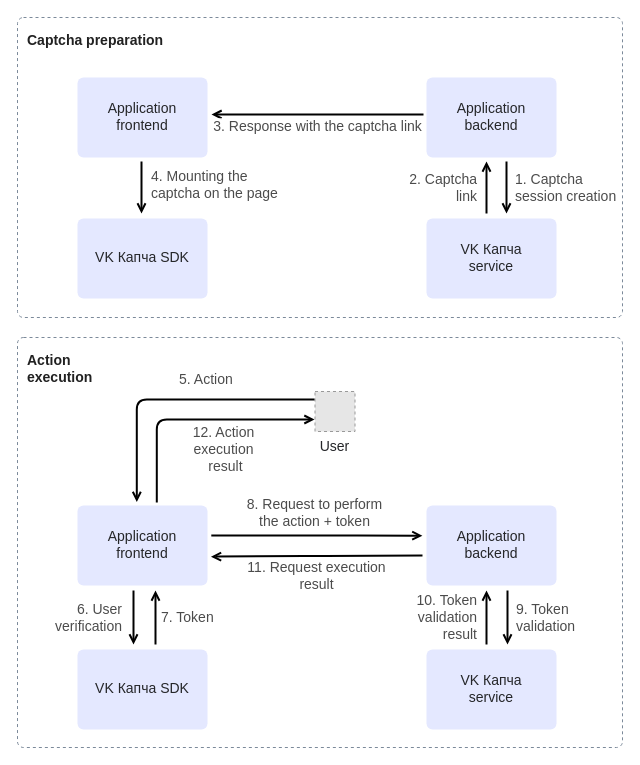
This is docs/en/security/captcha/concepts/about/assets/captcha-about-frontend-first.drawio from vk-cs/docs-public, a draw.io file, before an edit. Source tidied: cells renumbered, new cells numbered last; positions are measured from the earlier drawing's top-left corner, leaving out a move shared by most shapes. Both pictures are drawn from the tidied source at 100%, with x=0, y=0 at pixel (17, 17). Pictures stored in the file or linked from it are replaced by grey dashed boxes.
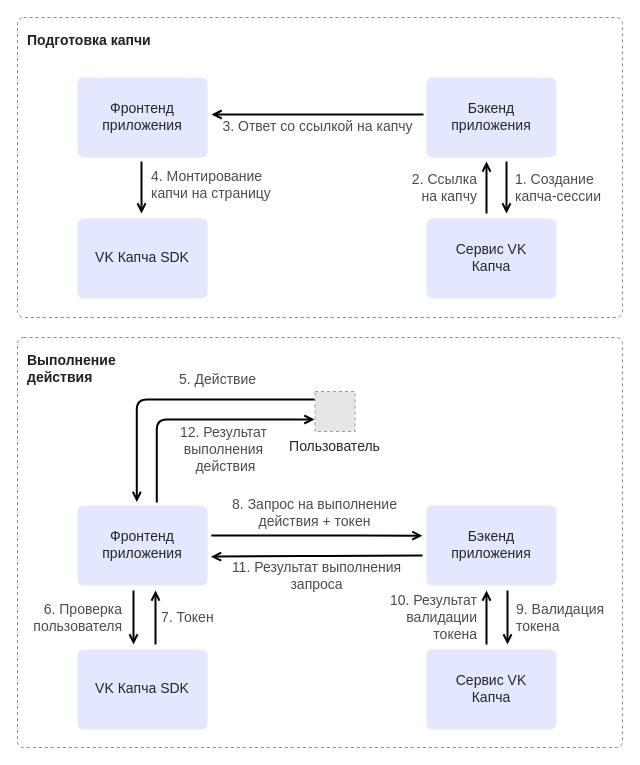
After the change.

What changed in the source:
```diff
@@
-    <mxCell id="2" value="Action &lt;br&gt;execution" style="rounded=1;whiteSpace=wrap;html=1;strokeColor=#7C8A9A;strokeWidth=1;fontColor=#212121;fillColor=none;dashed=1;fontFamily=VK Sans Display;verticalAlign=top;spacing=10;fontStyle=1;arcSize=12;absoluteArcSize=1;align=left;fontSize=14;" parent="1" vertex="1">
+    <mxCell id="2" value="Выполнение &lt;br&gt;действия" style="rounded=1;whiteSpace=wrap;html=1;strokeColor=#7C8A9A;strokeWidth=1;fontColor=#212121;fillColor=none;dashed=1;fontFamily=VK Sans Display;verticalAlign=top;spacing=10;fontStyle=1;arcSize=12;absoluteArcSize=1;align=left;fontSize=14;" parent="1" vertex="1">
       <mxGeometry y="320" width="605" height="410" as="geometry" />
     </mxCell>
-    <mxCell id="3" value="Captcha preparation" style="rounded=1;whiteSpace=wrap;html=1;strokeColor=#7C8A9A;strokeWidth=1;fontColor=#212121;fillColor=none;dashed=1;fontFamily=VK Sans Display;verticalAlign=top;spacing=10;fontStyle=1;arcSize=12;absoluteArcSize=1;align=left;fontSize=14;" parent="1" vertex="1">
+    <mxCell id="3" value="Подготовка капчи" style="rounded=1;whiteSpace=wrap;html=1;strokeColor=#7C8A9A;strokeWidth=1;fontColor=#212121;fillColor=none;dashed=1;fontFamily=VK Sans Display;verticalAlign=top;spacing=10;fontStyle=1;arcSize=12;absoluteArcSize=1;align=left;fontSize=14;" parent="1" vertex="1">
       <mxGeometry width="605" height="300" as="geometry" />
     </mxCell>
-    <mxCell id="4" value="User" style="fillColor=#E6E6E6;strokeColor=#999999;dashed=1;verticalLabelPosition=bottom;labelBackgroundColor=default;verticalAlign=top;fontFamily=VK Sans Display;fontColor=#252629;fontSize=14;" parent="1" vertex="1">
+    <mxCell id="4" value="Пользователь" style="fillColor=#E6E6E6;strokeColor=#999999;dashed=1;verticalLabelPosition=bottom;labelBackgroundColor=default;verticalAlign=top;fontFamily=VK Sans Display;fontColor=#252629;fontSize=14;" parent="1" vertex="1">
       <mxGeometry x="297.5" y="374" width="40" height="40" as="geometry" />
     </mxCell>
-    <mxCell id="5" value="Application frontend" style="rounded=1;whiteSpace=wrap;html=1;fontFamily=VK Sans Display;strokeColor=none;arcsize=12;fillColor=#E4E8FF;spacing=0;spacingTop=10;spacingBottom=12;arcSize=12;absoluteArcSize=1;strokeWidth=2;labelPosition=center;verticalLabelPosition=middle;align=center;verticalAlign=middle;fontSize=14;fontColor=#252629;spacingLeft=12;spacingRight=12;perimeterSpacing=4;" parent="1" vertex="1">
+    <mxCell id="5" value="Фронтенд приложения" style="rounded=1;whiteSpace=wrap;html=1;fontFamily=VK Sans Display;strokeColor=none;arcsize=12;fillColor=#E4E8FF;spacing=0;spacingTop=10;spacingBottom=12;arcSize=12;absoluteArcSize=1;strokeWidth=2;labelPosition=center;verticalLabelPosition=middle;align=center;verticalAlign=middle;fontSize=14;fontColor=#252629;spacingLeft=12;spacingRight=12;perimeterSpacing=4;" parent="1" vertex="1">
       <mxGeometry x="60" y="60" width="130" height="80" as="geometry" />
     </mxCell>
@@
-    <mxCell id="7" value="Application backend" style="rounded=1;whiteSpace=wrap;html=1;fontFamily=VK Sans Display;strokeColor=none;arcsize=12;fillColor=#E4E8FF;spacing=0;spacingTop=10;spacingBottom=12;arcSize=12;absoluteArcSize=1;strokeWidth=2;labelPosition=center;verticalLabelPosition=middle;align=center;verticalAlign=middle;fontSize=14;fontColor=#252629;spacingLeft=12;spacingRight=12;perimeterSpacing=0;" parent="1" vertex="1">
+    <mxCell id="7" value="Бэкенд приложения" style="rounded=1;whiteSpace=wrap;html=1;fontFamily=VK Sans Display;strokeColor=none;arcsize=12;fillColor=#E4E8FF;spacing=0;spacingTop=10;spacingBottom=12;arcSize=12;absoluteArcSize=1;strokeWidth=2;labelPosition=center;verticalLabelPosition=middle;align=center;verticalAlign=middle;fontSize=14;fontColor=#252629;spacingLeft=12;spacingRight=12;perimeterSpacing=0;" parent="1" vertex="1">
       <mxGeometry x="409" y="60" width="130" height="80" as="geometry" />
     </mxCell>
-    <mxCell id="8" value="VK Капча service" style="rounded=1;whiteSpace=wrap;html=1;fontFamily=VK Sans Display;strokeColor=none;arcsize=12;fillColor=#E4E8FF;spacing=0;spacingTop=10;spacingBottom=12;arcSize=12;absoluteArcSize=1;strokeWidth=2;labelPosition=center;verticalLabelPosition=middle;align=center;verticalAlign=middle;fontSize=14;fontColor=#252629;spacingLeft=12;spacingRight=12;perimeterSpacing=0;" parent="1" vertex="1">
+    <mxCell id="8" value="Сервис VK Капча" style="rounded=1;whiteSpace=wrap;html=1;fontFamily=VK Sans Display;strokeColor=none;arcsize=12;fillColor=#E4E8FF;spacing=0;spacingTop=10;spacingBottom=12;arcSize=12;absoluteArcSize=1;strokeWidth=2;labelPosition=center;verticalLabelPosition=middle;align=center;verticalAlign=middle;fontSize=14;fontColor=#252629;spacingLeft=12;spacingRight=12;perimeterSpacing=0;" parent="1" vertex="1">
       <mxGeometry x="409" y="201" width="130" height="80" as="geometry" />
     </mxCell>
-    <mxCell id="9" value="&lt;font style=&quot;font-size: 14px;&quot;&gt;1. Captcha &lt;br&gt;session creation&lt;/font&gt;" style="rounded=1;orthogonalLoop=1;jettySize=auto;html=1;strokeWidth=2;endArrow=open;endFill=0;fontFamily=VK Sans Display;verticalAlign=middle;labelPosition=right;verticalLabelPosition=middle;align=left;spacingLeft=7;labelBackgroundColor=none;edgeStyle=orthogonalEdgeStyle;curved=0;textOpacity=70;targetPerimeterSpacing=4;sourcePerimeterSpacing=4;" parent="1" edge="1">
+    <mxCell id="9" value="&lt;font style=&quot;font-size: 14px;&quot;&gt;1. Создание &lt;br&gt;капча-сессии&lt;/font&gt;" style="rounded=1;orthogonalLoop=1;jettySize=auto;html=1;strokeWidth=2;endArrow=open;endFill=0;fontFamily=VK Sans Display;verticalAlign=middle;labelPosition=right;verticalLabelPosition=middle;align=left;spacingLeft=7;labelBackgroundColor=none;edgeStyle=orthogonalEdgeStyle;curved=0;textOpacity=70;targetPerimeterSpacing=4;sourcePerimeterSpacing=4;" parent="1" edge="1">
       <mxGeometry relative="1" as="geometry">
         <mxPoint x="489" y="144" as="sourcePoint" />
         <mxPoint x="489" y="196" as="targetPoint" />
         <Array as="points">
           <mxPoint x="489" y="160" />
           <mxPoint x="489" y="160" />
         </Array>
       </mxGeometry>
     </mxCell>
-    <mxCell id="10" value="2. Captcha &lt;br&gt;link" style="rounded=1;orthogonalLoop=1;jettySize=auto;html=1;fontFamily=VK Sans Display;fontSize=14;labelPosition=left;verticalLabelPosition=middle;align=right;verticalAlign=middle;strokeWidth=2;endArrow=open;endFill=0;spacingRight=8;labelBackgroundColor=none;edgeStyle=orthogonalEdgeStyle;textOpacity=70;startSize=6;sourcePerimeterSpacing=4;targetPerimeterSpacing=4;spacing=2;" parent="1" edge="1">
+    <mxCell id="10" value="2. Ссылка &lt;br&gt;на капчу" style="rounded=1;orthogonalLoop=1;jettySize=auto;html=1;fontFamily=VK Sans Display;fontSize=14;labelPosition=left;verticalLabelPosition=middle;align=right;verticalAlign=middle;strokeWidth=2;endArrow=open;endFill=0;spacingRight=8;labelBackgroundColor=none;edgeStyle=orthogonalEdgeStyle;textOpacity=70;startSize=6;sourcePerimeterSpacing=4;targetPerimeterSpacing=4;spacing=2;" parent="1" edge="1">
       <mxGeometry x="0.01" relative="1" as="geometry">
         <mxPoint x="469" y="196" as="sourcePoint" />
         <mxPoint x="469" y="144" as="targetPoint" />
         <Array as="points">
           <mxPoint x="469" y="170" />
           <mxPoint x="469" y="170" />
         </Array>
       </mxGeometry>
     </mxCell>
-    <mxCell id="11" value="&lt;font style=&quot;font-size: 14px;&quot;&gt;3. Response with the captcha link&lt;/font&gt;" style="rounded=1;orthogonalLoop=1;jettySize=auto;html=1;strokeWidth=2;endArrow=open;endFill=0;labelPosition=center;verticalLabelPosition=bottom;align=center;verticalAlign=top;edgeStyle=orthogonalEdgeStyle;fontFamily=VK Sans Display;textOpacity=70;sourcePerimeterSpacing=4;targetPerimeterSpacing=4;spacingTop=-3;" parent="1" edge="1">
+    <mxCell id="11" value="&lt;font style=&quot;font-size: 14px;&quot;&gt;3. Ответ со ссылкой на капчу&lt;/font&gt;" style="rounded=1;orthogonalLoop=1;jettySize=auto;html=1;strokeWidth=2;endArrow=open;endFill=0;labelPosition=center;verticalLabelPosition=bottom;align=center;verticalAlign=top;edgeStyle=orthogonalEdgeStyle;fontFamily=VK Sans Display;textOpacity=70;sourcePerimeterSpacing=4;targetPerimeterSpacing=4;spacingTop=-3;" parent="1" edge="1">
       <mxGeometry relative="1" as="geometry">
         <mxPoint x="406" y="97" as="sourcePoint" />
         <mxPoint x="194" y="97" as="targetPoint" />
       </mxGeometry>
     </mxCell>
-    <mxCell id="12" value="4. Mounting the &lt;br&gt;captcha on the page" style="rounded=0;orthogonalLoop=1;jettySize=auto;html=1;labelPosition=left;verticalLabelPosition=middle;align=left;verticalAlign=middle;fontFamily=VK Sans Display;fontSize=14;labelBackgroundColor=none;strokeWidth=2;endArrow=open;endFill=0;edgeStyle=orthogonalEdgeStyle;textOpacity=70;spacingTop=0;spacingBottom=21;spacingRight=0;spacingLeft=18;" parent="1" edge="1">
+    <mxCell id="12" value="4. Монтирование&lt;br&gt;капчи на страницу" style="rounded=0;orthogonalLoop=1;jettySize=auto;html=1;labelPosition=left;verticalLabelPosition=middle;align=left;verticalAlign=middle;fontFamily=VK Sans Display;fontSize=14;labelBackgroundColor=none;strokeWidth=2;endArrow=open;endFill=0;edgeStyle=orthogonalEdgeStyle;textOpacity=70;spacingTop=0;spacingBottom=21;spacingRight=0;spacingLeft=18;" parent="1" edge="1">
       <mxGeometry x="0.27" y="-10" relative="1" as="geometry">
         <mxPoint x="124" y="144" as="sourcePoint" />
         <mxPoint x="124" y="196" as="targetPoint" />
       </mxGeometry>
     </mxCell>
-    <mxCell id="13" value="&lt;span&gt;&lt;span style=&quot;font-family: &amp;quot;VK Sans Display&amp;quot;; font-size: 14px;&quot;&gt;12. Action &lt;br&gt;execution&lt;/span&gt;&lt;br style=&quot;font-family: &amp;quot;VK Sans Display&amp;quot;; font-size: 14px;&quot;&gt;&lt;span style=&quot;font-family: &amp;quot;VK Sans Display&amp;quot;; font-size: 14px;&quot;&gt;&amp;nbsp;result&lt;/span&gt;&lt;/span&gt;" style="edgeStyle=orthogonalEdgeStyle;rounded=1;jettySize=auto;html=1;exitX=0.598;exitY=0.051;exitDx=0;exitDy=0;exitPerimeter=0;curved=0;strokeWidth=2;endArrow=open;endFill=0;labelBackgroundColor=none;fontColor=default;textOpacity=70;spacingLeft=59;spacingTop=59;" parent="1" edge="1" source="14">
+    <mxCell id="13" value="&lt;span&gt;&lt;span style=&quot;font-family: &amp;quot;VK Sans Display&amp;quot;; font-size: 14px;&quot;&gt;12. Результат &lt;br&gt;выполнения&lt;/span&gt;&lt;br style=&quot;font-family: &amp;quot;VK Sans Display&amp;quot;; font-size: 14px;&quot;&gt;&lt;span style=&quot;font-family: &amp;quot;VK Sans Display&amp;quot;; font-size: 14px;&quot;&gt;&amp;nbsp;действия&lt;/span&gt;&lt;/span&gt;" style="edgeStyle=orthogonalEdgeStyle;rounded=1;jettySize=auto;html=1;exitX=0.598;exitY=0.051;exitDx=0;exitDy=0;exitPerimeter=0;curved=0;strokeWidth=2;endArrow=open;endFill=0;labelBackgroundColor=none;fontColor=default;textOpacity=70;spacingLeft=59;spacingTop=59;" parent="1" edge="1" source="14">
       <mxGeometry relative="1" as="geometry">
         <mxPoint x="297" y="402" as="targetPoint" />
         <Array as="points">
           <mxPoint x="139" y="402" />
         </Array>
       </mxGeometry>
     </mxCell>
-    <mxCell id="14" value="Application frontend" style="rounded=1;whiteSpace=wrap;html=1;fontFamily=VK Sans Display;strokeColor=none;arcsize=12;fillColor=#E4E8FF;spacing=0;spacingTop=10;spacingBottom=12;arcSize=12;absoluteArcSize=1;strokeWidth=2;labelPosition=center;verticalLabelPosition=middle;align=center;verticalAlign=middle;fontSize=14;fontColor=#252629;spacingLeft=12;spacingRight=12;perimeterSpacing=8;" parent="1" vertex="1">
+    <mxCell id="14" value="Фронтенд приложения" style="rounded=1;whiteSpace=wrap;html=1;fontFamily=VK Sans Display;strokeColor=none;arcsize=12;fillColor=#E4E8FF;spacing=0;spacingTop=10;spacingBottom=12;arcSize=12;absoluteArcSize=1;strokeWidth=2;labelPosition=center;verticalLabelPosition=middle;align=center;verticalAlign=middle;fontSize=14;fontColor=#252629;spacingLeft=12;spacingRight=12;perimeterSpacing=8;" parent="1" vertex="1">
       <mxGeometry x="60" y="488" width="130" height="80" as="geometry" />
     </mxCell>
@@
-    <mxCell id="16" value="Application backend" style="rounded=1;whiteSpace=wrap;html=1;fontFamily=VK Sans Display;strokeColor=none;arcsize=12;fillColor=#E4E8FF;spacing=0;spacingTop=10;spacingBottom=12;arcSize=12;absoluteArcSize=1;strokeWidth=2;labelPosition=center;verticalLabelPosition=middle;align=center;verticalAlign=middle;fontSize=14;fontColor=#252629;spacingLeft=12;spacingRight=12;perimeterSpacing=0;" parent="1" vertex="1">
+    <mxCell id="16" value="Бэкенд приложения" style="rounded=1;whiteSpace=wrap;html=1;fontFamily=VK Sans Display;strokeColor=none;arcsize=12;fillColor=#E4E8FF;spacing=0;spacingTop=10;spacingBottom=12;arcSize=12;absoluteArcSize=1;strokeWidth=2;labelPosition=center;verticalLabelPosition=middle;align=center;verticalAlign=middle;fontSize=14;fontColor=#252629;spacingLeft=12;spacingRight=12;perimeterSpacing=0;" parent="1" vertex="1">
       <mxGeometry x="409" y="488" width="130" height="80" as="geometry" />
     </mxCell>
-    <mxCell id="17" value="VK Капча service" style="rounded=1;whiteSpace=wrap;html=1;fontFamily=VK Sans Display;strokeColor=none;arcsize=12;fillColor=#E4E8FF;spacing=0;spacingTop=10;spacingBottom=12;arcSize=12;absoluteArcSize=1;strokeWidth=2;labelPosition=center;verticalLabelPosition=middle;align=center;verticalAlign=middle;fontSize=14;fontColor=#252629;spacingLeft=12;spacingRight=12;perimeterSpacing=0;" parent="1" vertex="1">
+    <mxCell id="17" value="Сервис VK Капча" style="rounded=1;whiteSpace=wrap;html=1;fontFamily=VK Sans Display;strokeColor=none;arcsize=12;fillColor=#E4E8FF;spacing=0;spacingTop=10;spacingBottom=12;arcSize=12;absoluteArcSize=1;strokeWidth=2;labelPosition=center;verticalLabelPosition=middle;align=center;verticalAlign=middle;fontSize=14;fontColor=#252629;spacingLeft=12;spacingRight=12;perimeterSpacing=0;" parent="1" vertex="1">
       <mxGeometry x="409" y="632" width="130" height="80" as="geometry" />
     </mxCell>
-    <mxCell id="18" value="&lt;font style=&quot;font-size: 14px;&quot;&gt;8. Request to perform &lt;br&gt;the action + token&lt;br&gt;&lt;/font&gt;" style="rounded=1;orthogonalLoop=1;jettySize=auto;html=1;strokeWidth=2;endArrow=open;endFill=0;labelPosition=center;verticalLabelPosition=top;align=center;verticalAlign=bottom;spacingRight=60;edgeStyle=orthogonalEdgeStyle;fontFamily=VK Sans Display;textOpacity=70;sourcePerimeterSpacing=6;targetPerimeterSpacing=12;spacingLeft=30;exitX=0.971;exitY=0.395;exitDx=0;exitDy=0;entryX=-0.001;entryY=0.377;entryDx=0;entryDy=0;entryPerimeter=0;exitPerimeter=0;spacingTop=0;spacingBottom=3;endSize=6;" parent="1" edge="1">
+    <mxCell id="18" value="&lt;font style=&quot;font-size: 14px;&quot;&gt;8. Запрос на выполнение &lt;br&gt;действия + токен&lt;br&gt;&lt;/font&gt;" style="rounded=1;orthogonalLoop=1;jettySize=auto;html=1;strokeWidth=2;endArrow=open;endFill=0;labelPosition=center;verticalLabelPosition=top;align=center;verticalAlign=bottom;spacingRight=60;edgeStyle=orthogonalEdgeStyle;fontFamily=VK Sans Display;textOpacity=70;sourcePerimeterSpacing=6;targetPerimeterSpacing=12;spacingLeft=30;exitX=0.971;exitY=0.395;exitDx=0;exitDy=0;entryX=-0.001;entryY=0.377;entryDx=0;entryDy=0;entryPerimeter=0;exitPerimeter=0;spacingTop=0;spacingBottom=3;endSize=6;" parent="1" edge="1">
       <mxGeometry x="0.12" relative="1" as="geometry">
         <mxPoint x="193.8" y="517.9" as="sourcePoint" />
         <mxPoint x="404.9" y="518.2" as="targetPoint" />
         <Array as="points">
           <mxPoint x="330" y="519" />
         </Array>
       </mxGeometry>
     </mxCell>
-    <mxCell id="19" value="&lt;font style=&quot;font-size: 14px;&quot;&gt;9. Token &lt;br&gt;validation&lt;/font&gt;" style="rounded=1;orthogonalLoop=1;jettySize=auto;html=1;strokeWidth=2;endArrow=open;endFill=0;fontFamily=VK Sans Display;verticalAlign=middle;labelPosition=right;verticalLabelPosition=middle;align=left;spacingLeft=7;labelBackgroundColor=none;edgeStyle=orthogonalEdgeStyle;curved=0;textOpacity=70;targetPerimeterSpacing=4;sourcePerimeterSpacing=4;" parent="1" edge="1">
+    <mxCell id="19" value="&lt;font style=&quot;font-size: 14px;&quot;&gt;9. Валидация &lt;br&gt;токена&lt;/font&gt;" style="rounded=1;orthogonalLoop=1;jettySize=auto;html=1;strokeWidth=2;endArrow=open;endFill=0;fontFamily=VK Sans Display;verticalAlign=middle;labelPosition=right;verticalLabelPosition=middle;align=left;spacingLeft=7;labelBackgroundColor=none;edgeStyle=orthogonalEdgeStyle;curved=0;textOpacity=70;targetPerimeterSpacing=4;sourcePerimeterSpacing=4;" parent="1" edge="1">
       <mxGeometry relative="1" as="geometry">
         <mxPoint x="490" y="573" as="sourcePoint" />
         <mxPoint x="490" y="627" as="targetPoint" />
       </mxGeometry>
     </mxCell>
-    <mxCell id="20" value="10. Token &lt;br&gt;validation &lt;br&gt;result" style="rounded=1;orthogonalLoop=1;jettySize=auto;html=1;fontFamily=VK Sans Display;fontSize=14;labelPosition=left;verticalLabelPosition=middle;align=right;verticalAlign=middle;strokeWidth=2;endArrow=open;endFill=0;spacingRight=8;labelBackgroundColor=none;edgeStyle=orthogonalEdgeStyle;textOpacity=70;startSize=6;sourcePerimeterSpacing=4;targetPerimeterSpacing=4;spacing=2;" parent="1" edge="1">
+    <mxCell id="20" value="10. Результат &lt;br&gt;валидации &lt;br&gt;токена" style="rounded=1;orthogonalLoop=1;jettySize=auto;html=1;fontFamily=VK Sans Display;fontSize=14;labelPosition=left;verticalLabelPosition=middle;align=right;verticalAlign=middle;strokeWidth=2;endArrow=open;endFill=0;spacingRight=8;labelBackgroundColor=none;edgeStyle=orthogonalEdgeStyle;textOpacity=70;startSize=6;sourcePerimeterSpacing=4;targetPerimeterSpacing=4;spacing=2;" parent="1" edge="1">
       <mxGeometry x="0.01" relative="1" as="geometry">
         <mxPoint x="469" y="627" as="sourcePoint" />
         <mxPoint x="469" y="573" as="targetPoint" />
         <Array as="points">
           <mxPoint x="469" y="620" />
           <mxPoint x="469" y="620" />
         </Array>
       </mxGeometry>
     </mxCell>
-    <mxCell id="21" value="&lt;font style=&quot;font-size: 14px;&quot;&gt;11. Request execution &lt;br&gt;result&lt;/font&gt;" style="rounded=1;jettySize=auto;html=1;strokeWidth=2;endArrow=open;endFill=0;labelPosition=center;verticalLabelPosition=bottom;align=center;verticalAlign=top;edgeStyle=orthogonalEdgeStyle;fontFamily=VK Sans Display;textOpacity=70;sourcePerimeterSpacing=4;targetPerimeterSpacing=4;entryX=0.969;entryY=0.616;entryDx=0;entryDy=0;spacingTop=-3;entryPerimeter=0;" parent="1" edge="1" target="14">
+    <mxCell id="21" value="&lt;font style=&quot;font-size: 14px;&quot;&gt;11. Результат выполнения &lt;br&gt;запроса&lt;/font&gt;" style="rounded=1;jettySize=auto;html=1;strokeWidth=2;endArrow=open;endFill=0;labelPosition=center;verticalLabelPosition=bottom;align=center;verticalAlign=top;edgeStyle=orthogonalEdgeStyle;fontFamily=VK Sans Display;textOpacity=70;sourcePerimeterSpacing=4;targetPerimeterSpacing=4;entryX=0.969;entryY=0.616;entryDx=0;entryDy=0;spacingTop=-3;entryPerimeter=0;" parent="1" edge="1" target="14">
       <mxGeometry relative="1" as="geometry">
         <mxPoint x="405" y="538" as="sourcePoint" />
       </mxGeometry>
     </mxCell>
-    <mxCell id="22" value="5. Action" style="rounded=1;jettySize=auto;html=1;labelPosition=left;verticalLabelPosition=middle;align=left;verticalAlign=middle;fontFamily=VK Sans Display;fontSize=14;labelBackgroundColor=none;strokeWidth=2;endArrow=open;endFill=0;edgeStyle=orthogonalEdgeStyle;textOpacity=70;spacingTop=0;spacingBottom=43;spacingRight=0;spacingLeft=51;curved=0;entryX=0.461;entryY=0.047;entryDx=0;entryDy=0;entryPerimeter=0;" parent="1" edge="1" target="14">
+    <mxCell id="22" value="5. Действие" style="rounded=1;jettySize=auto;html=1;labelPosition=left;verticalLabelPosition=middle;align=left;verticalAlign=middle;fontFamily=VK Sans Display;fontSize=14;labelBackgroundColor=none;strokeWidth=2;endArrow=open;endFill=0;edgeStyle=orthogonalEdgeStyle;textOpacity=70;spacingTop=0;spacingBottom=43;spacingRight=0;spacingLeft=51;curved=0;entryX=0.461;entryY=0.047;entryDx=0;entryDy=0;entryPerimeter=0;" parent="1" edge="1" target="14">
       <mxGeometry x="0.28" y="-10" relative="1" as="geometry">
         <mxPoint x="297" y="382" as="sourcePoint" />
         <Array as="points">
           <mxPoint x="120" y="382" />
         </Array>
       </mxGeometry>
     </mxCell>
-    <mxCell id="23" value="6. User &lt;br&gt;verification" style="rounded=0;orthogonalLoop=1;jettySize=auto;html=1;labelPosition=left;verticalLabelPosition=middle;align=right;verticalAlign=middle;fontFamily=VK Sans Display;fontSize=14;labelBackgroundColor=none;strokeWidth=2;endArrow=open;endFill=0;edgeStyle=orthogonalEdgeStyle;textOpacity=70;spacingTop=0;spacingBottom=16;spacingRight=0;spacingLeft=18;exitX=0.398;exitY=0.958;exitDx=0;exitDy=0;exitPerimeter=0;entryX=0.394;entryY=0.052;entryDx=0;entryDy=0;entryPerimeter=0;" parent="1" edge="1">
+    <mxCell id="23" value="6. Проверка &lt;br&gt;пользователя" style="rounded=0;orthogonalLoop=1;jettySize=auto;html=1;labelPosition=left;verticalLabelPosition=middle;align=right;verticalAlign=middle;fontFamily=VK Sans Display;fontSize=14;labelBackgroundColor=none;strokeWidth=2;endArrow=open;endFill=0;edgeStyle=orthogonalEdgeStyle;textOpacity=70;spacingTop=0;spacingBottom=16;spacingRight=0;spacingLeft=18;exitX=0.398;exitY=0.958;exitDx=0;exitDy=0;exitPerimeter=0;entryX=0.394;entryY=0.052;entryDx=0;entryDy=0;entryPerimeter=0;" parent="1" edge="1">
       <mxGeometry x="0.28" y="-10" relative="1" as="geometry">
         <mxPoint x="116" y="573" as="sourcePoint" />
         <mxPoint x="116" y="627" as="targetPoint" />
         <Array as="points">
           <mxPoint x="116" y="610" />
           <mxPoint x="116" y="610" />
         </Array>
       </mxGeometry>
     </mxCell>
-    <mxCell id="24" value="7. Token" style="rounded=1;orthogonalLoop=1;jettySize=auto;html=1;fontFamily=VK Sans Display;fontSize=14;labelPosition=left;verticalLabelPosition=middle;align=left;verticalAlign=middle;strokeWidth=2;endArrow=open;endFill=0;spacingRight=0;labelBackgroundColor=none;edgeStyle=orthogonalEdgeStyle;textOpacity=70;startSize=6;sourcePerimeterSpacing=4;targetPerimeterSpacing=4;spacing=2;spacingLeft=4;" parent="1" edge="1">
+    <mxCell id="24" value="7. Токен" style="rounded=1;orthogonalLoop=1;jettySize=auto;html=1;fontFamily=VK Sans Display;fontSize=14;labelPosition=left;verticalLabelPosition=middle;align=left;verticalAlign=middle;strokeWidth=2;endArrow=open;endFill=0;spacingRight=0;labelBackgroundColor=none;edgeStyle=orthogonalEdgeStyle;textOpacity=70;startSize=6;sourcePerimeterSpacing=4;targetPerimeterSpacing=4;spacing=2;spacingLeft=4;" parent="1" edge="1">
       <mxGeometry x="0.01" relative="1" as="geometry">
         <mxPoint x="138" y="627" as="sourcePoint" />
         <mxPoint x="138" y="573" as="targetPoint" />
         <Array as="points">
           <mxPoint x="138" y="620" />
           <mxPoint x="138" y="620" />
         </Array>
       </mxGeometry>
     </mxCell>
```
